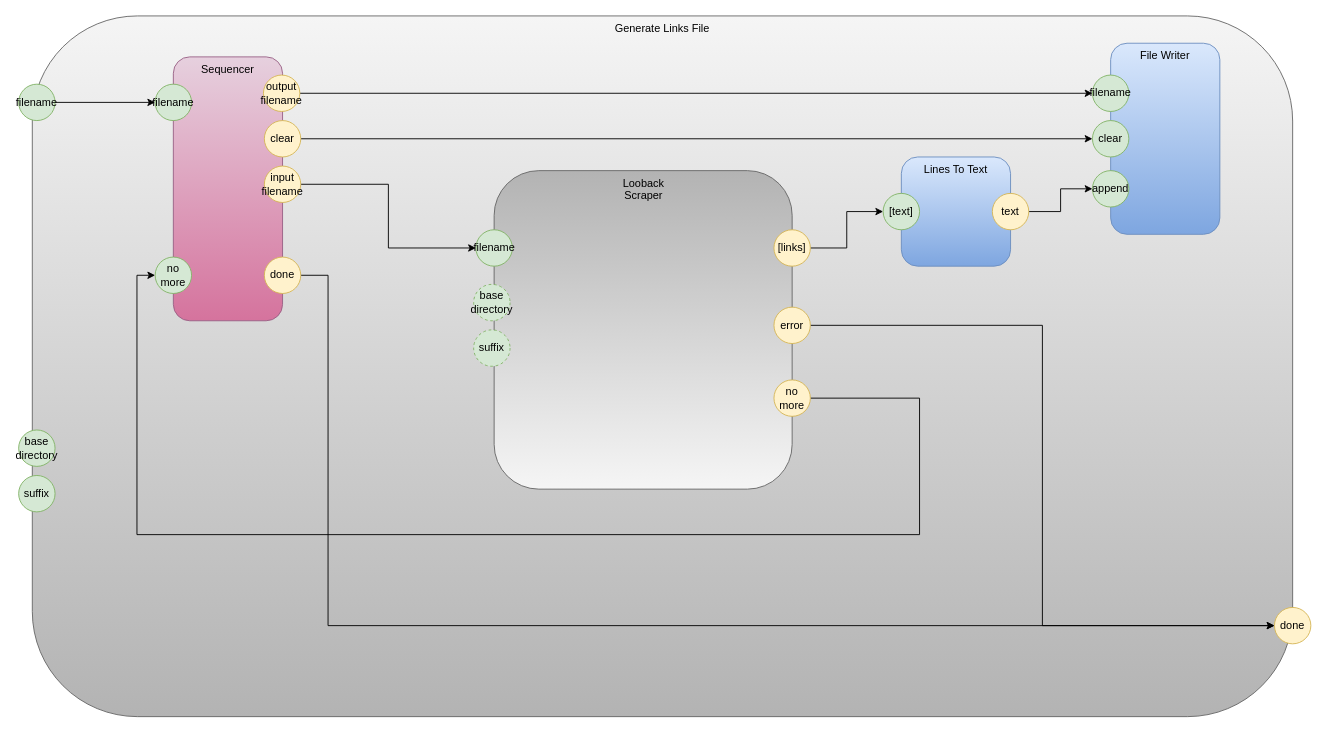
guitarvydas/pypm keeps this draw.io diagram as page "Generate Links File" (6 of 15) of pm.drawio. Above is the earlier version. Source tidied: cells renumbered, new cells numbered last; positions are measured from the earlier drawing's top-left corner, leaving out a move shared by most shapes. Both pictures are drawn from the tidied source at 91%, with x=0, y=0 at pixel (18, 15).
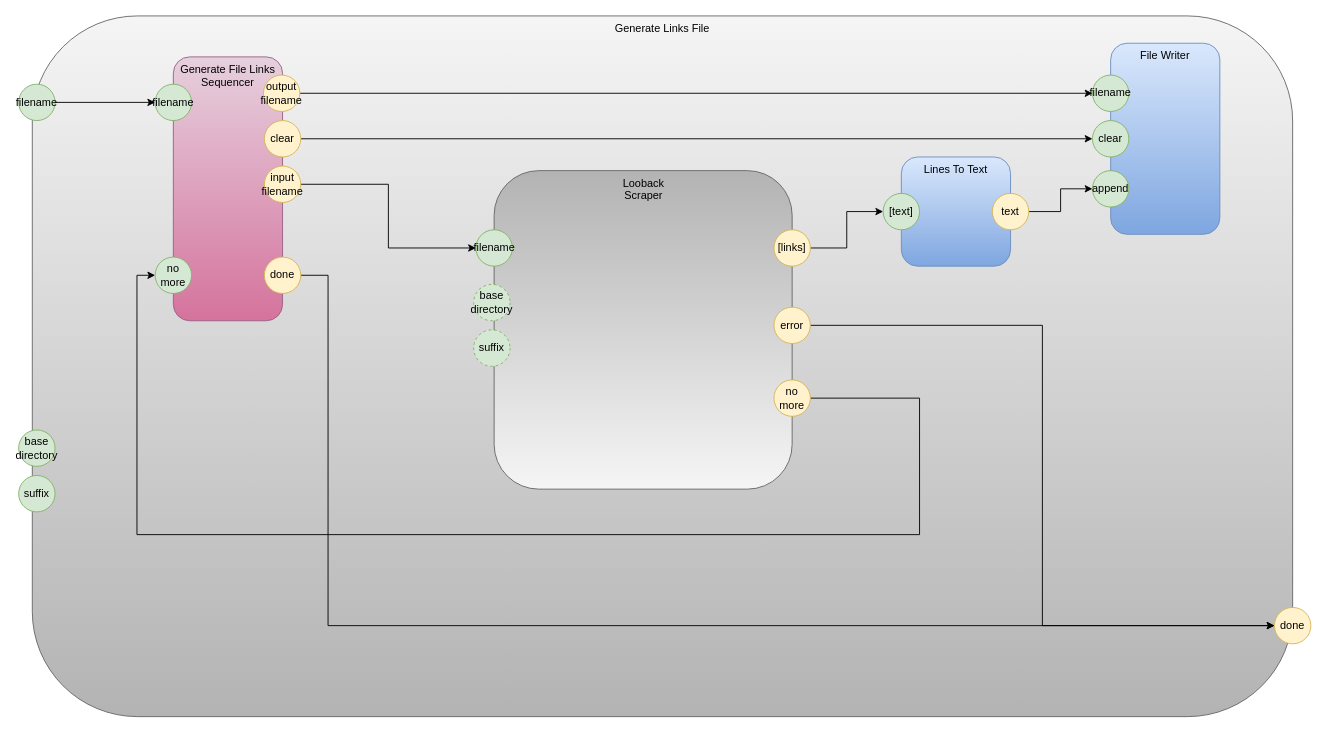
After the change.

The edit, as a diff of the source:
```diff
@@
-    <mxCell id="14" value="Sequencer" style="rounded=1;whiteSpace=wrap;html=1;verticalAlign=top;gradientColor=#d5739d;fillColor=#e6d0de;strokeColor=#996185;" parent="1" vertex="1">
+    <mxCell id="14" value="Generate File Links Sequencer" style="rounded=1;whiteSpace=wrap;html=1;verticalAlign=top;gradientColor=#d5739d;fillColor=#e6d0de;strokeColor=#996185;" parent="1" vertex="1">
       <mxGeometry x="170" y="45" width="120" height="290" as="geometry" />
     </mxCell>
```
